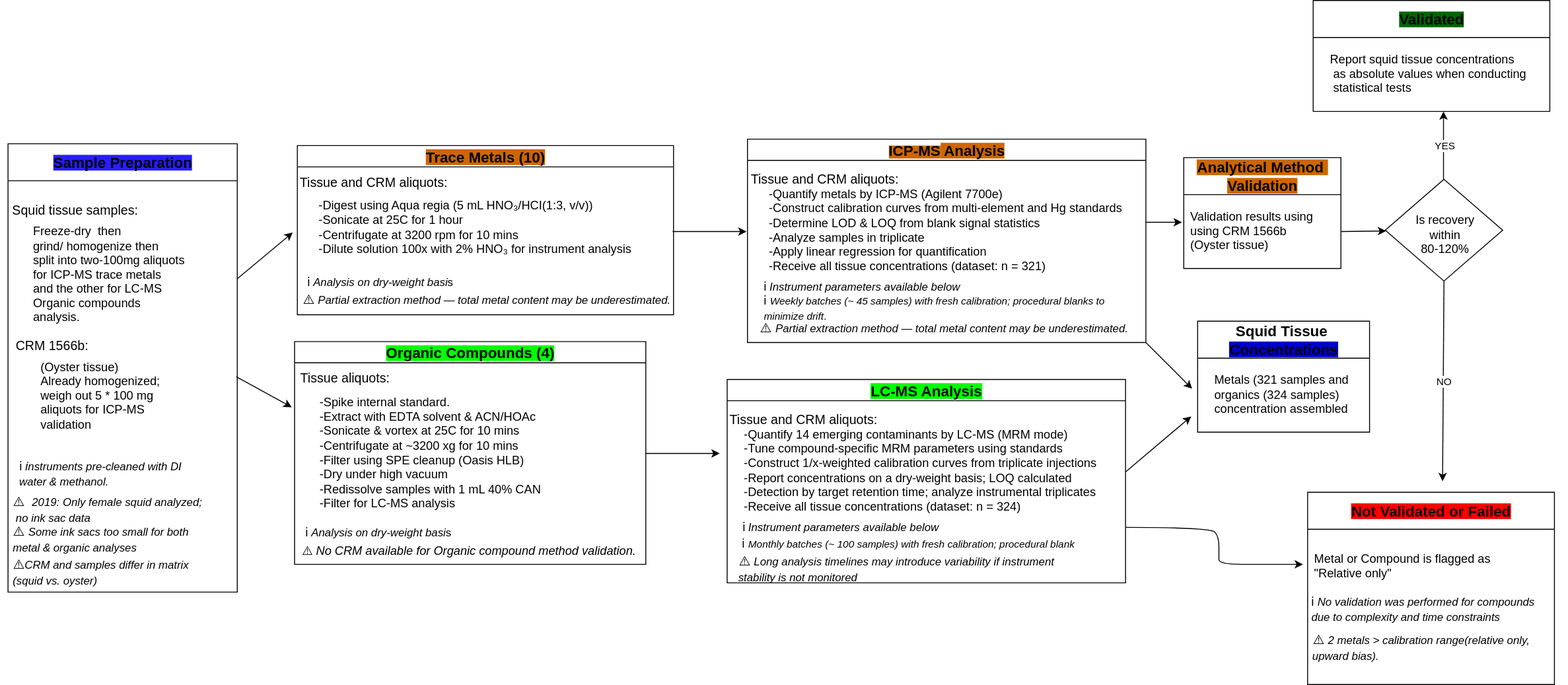
Above: docs/Analytical_flowchart.svg in Euchie23/SquidStack (draw.io), before the change. Source tidied: cells renumbered, new cells last; positions are measured from the earlier drawing's top-left corner, leaving out a move shared by most shapes.
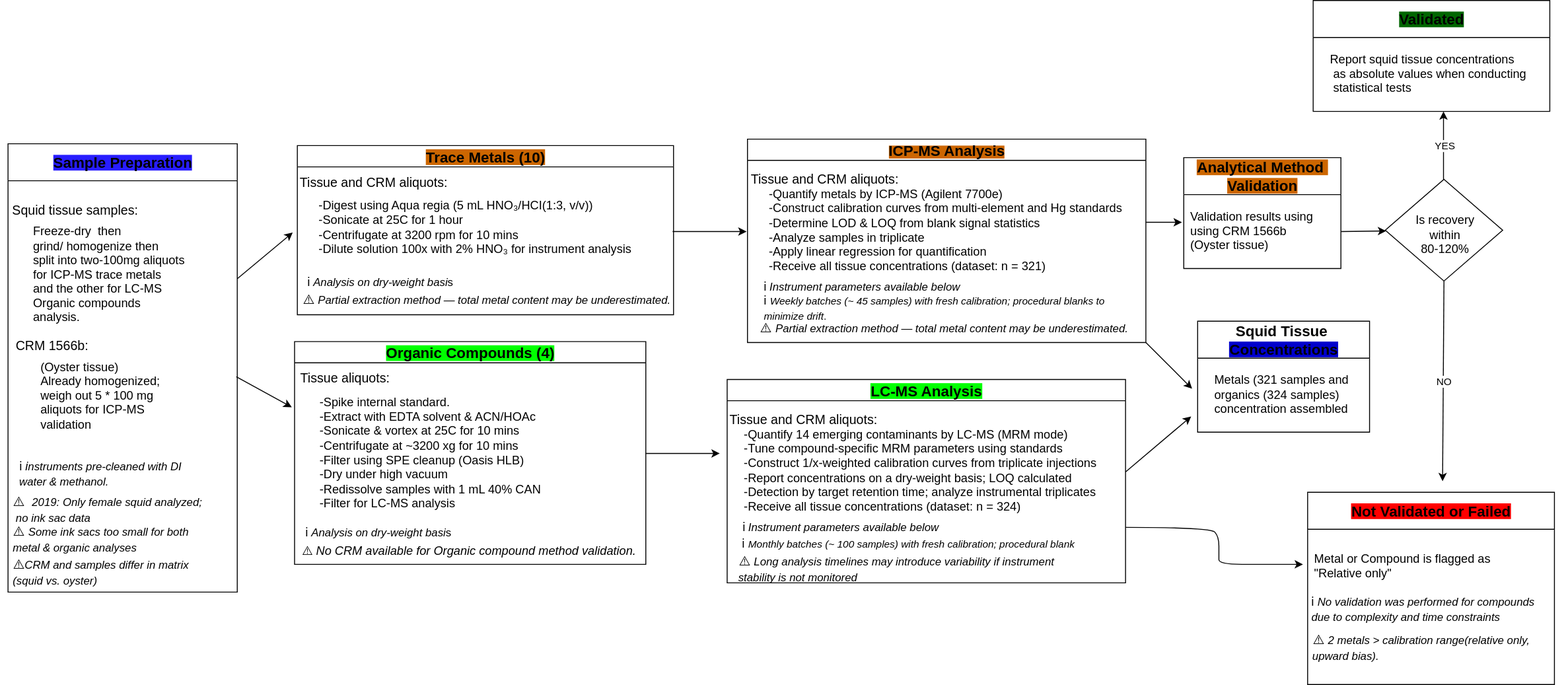
After the commit.

Commit message:
Uploading updated Analytical flowchart

Change to the diagram source:
```diff
@@ -68,7 +68,7 @@
         <mxPoint x="807" y="250" as="targetPoint" />
       </mxGeometry>
     </mxCell>
-    <mxCell id="21" value="&lt;span style=&quot;background-color: light-dark(rgb(204, 102, 0), rgb(204, 102, 0));&quot;&gt;&lt;span style=&quot;font-size: 16px;&quot;&gt;ICP-&lt;/span&gt;&lt;span style=&quot;font-size: 16px;&quot;&gt;MS&lt;/span&gt;&lt;/span&gt;&lt;span style=&quot;font-size: 16px; background-color: light-dark(rgb(204, 102, 0), rgb(204, 102, 0));&quot;&gt; Analysis&lt;/span&gt;" style="swimlane;whiteSpace=wrap;html=1;" parent="1" vertex="1">
+    <mxCell id="21" value="&lt;span style=&quot;background-color: light-dark(rgb(204, 102, 0), rgb(204, 102, 0));&quot;&gt;&lt;span style=&quot;font-size: 16px;&quot;&gt;ICP-&lt;/span&gt;&lt;span style=&quot;font-size: 16px;&quot;&gt;MS&lt;/span&gt;&lt;span style=&quot;font-size: 16px;&quot;&gt; Analysis&lt;/span&gt;&lt;/span&gt;" style="swimlane;whiteSpace=wrap;html=1;" parent="1" vertex="1">
       <mxGeometry x="808" y="150" width="431" height="220" as="geometry" />
     </mxCell>
     <mxCell id="22" value="&lt;div&gt;&lt;span style=&quot;background-color: transparent; color: light-dark(rgb(0, 0, 0), rgb(255, 255, 255));&quot;&gt;-Quantify metals by ICP-MS (Agilent 7700e)&lt;/span&gt;&lt;/div&gt;&lt;div&gt;&lt;span style=&quot;background-color: transparent; color: light-dark(rgb(0, 0, 0), rgb(255, 255, 255));&quot;&gt;-&lt;/span&gt;&lt;span style=&quot;background-color: transparent; color: light-dark(rgb(0, 0, 0), rgb(255, 255, 255));&quot;&gt;Construct calibration curves from multi-element and Hg standards&lt;/span&gt;&lt;/div&gt;&lt;div&gt;&lt;span style=&quot;background-color: transparent; color: light-dark(rgb(0, 0, 0), rgb(255, 255, 255));&quot;&gt;-&lt;/span&gt;&lt;span style=&quot;background-color: transparent; color: light-dark(rgb(0, 0, 0), rgb(255, 255, 255));&quot;&gt;Determine LOD &amp;amp; LOQ from blank signal statistics&lt;/span&gt;&lt;/div&gt;&lt;div&gt;&lt;span style=&quot;background-color: transparent; color: light-dark(rgb(0, 0, 0), rgb(255, 255, 255));&quot;&gt;-&lt;/span&gt;&lt;span style=&quot;background-color: transparent; color: light-dark(rgb(0, 0, 0), rgb(255, 255, 255));&quot;&gt;Analyze samples in triplicate&lt;/span&gt;&lt;/div&gt;&lt;div&gt;&lt;span style=&quot;background-color: transparent; color: light-dark(rgb(0, 0, 0), rgb(255, 255, 255));&quot;&gt;-&lt;/span&gt;&lt;span style=&quot;background-color: transparent; color: light-dark(rgb(0, 0, 0), rgb(255, 255, 255));&quot;&gt;Apply linear regression for quantification&lt;/span&gt;&lt;/div&gt;&lt;div&gt;&lt;span style=&quot;background-color: transparent; color: light-dark(rgb(0, 0, 0), rgb(255, 255, 255));&quot;&gt;-Receive all tissue concentrations (dataset: n = 321)&lt;/span&gt;&lt;/div&gt;" style="text;html=1;align=left;verticalAlign=middle;strokeColor=none;fillColor=none;fontSize=13;" parent="21" vertex="1">
```
